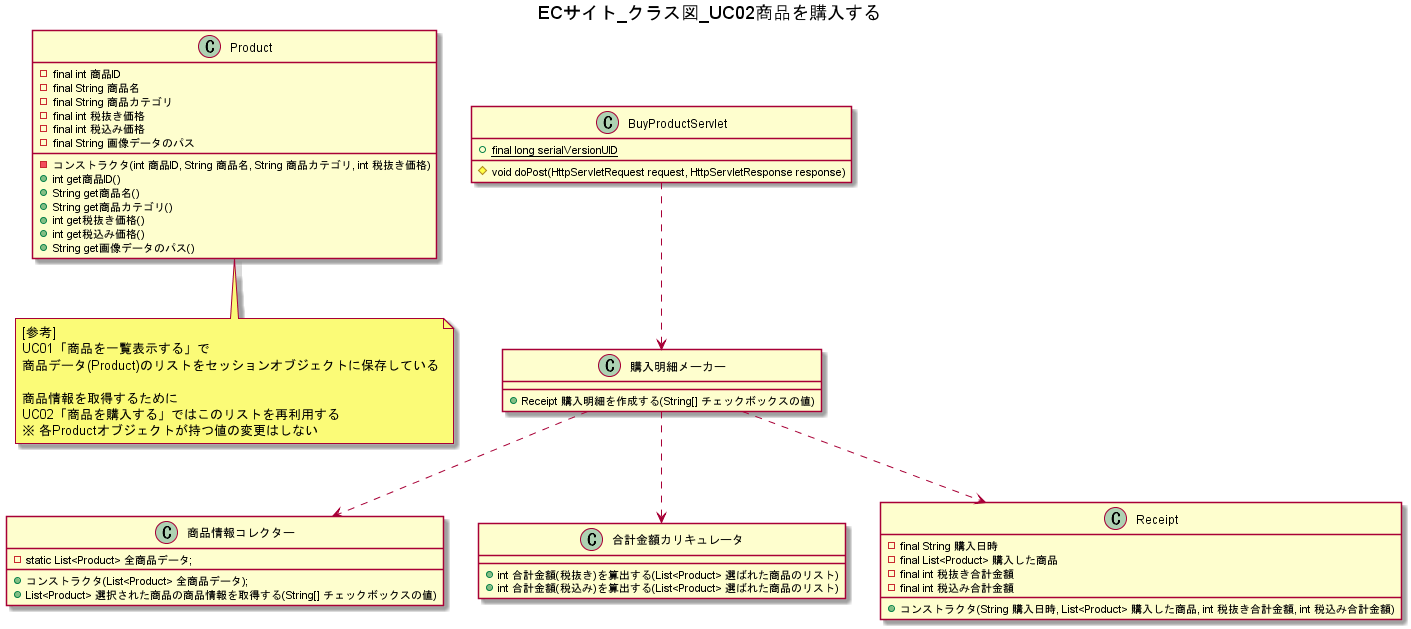
Before: UML/ECサイト_クラス図_UC02商品を購入する.png, a diagram exported from PlantUML (wnakayama/ojt_ecsite).
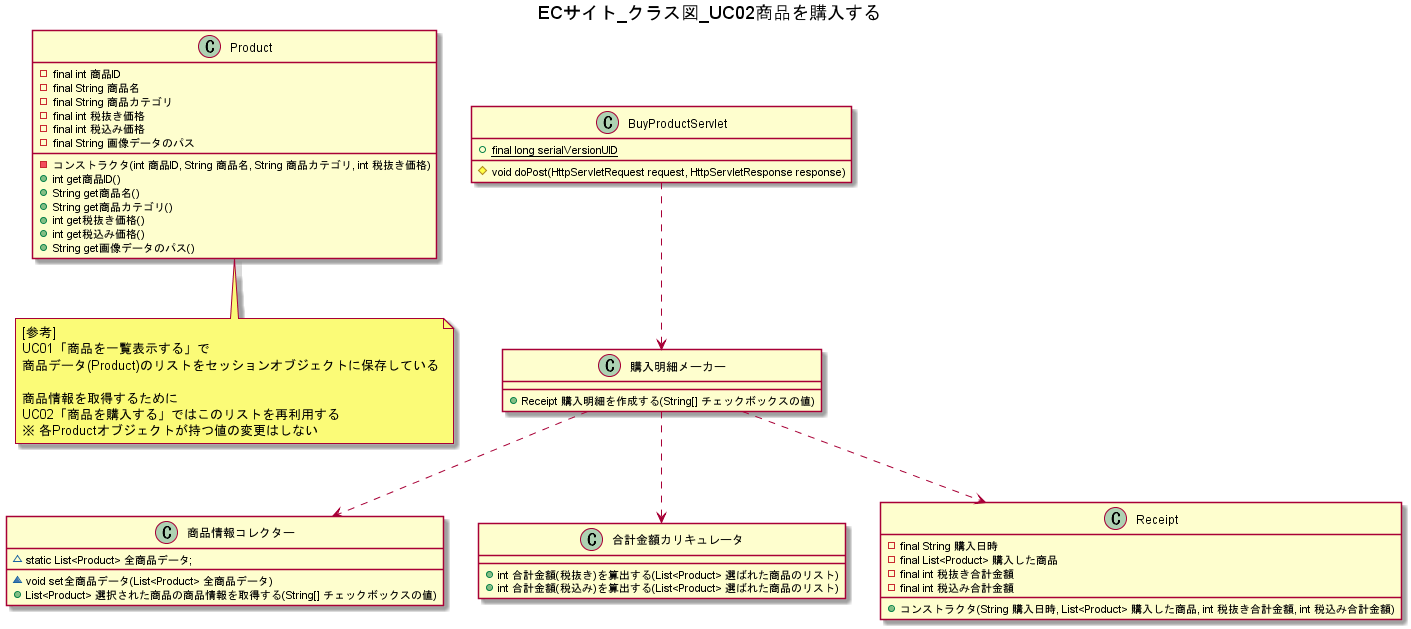
Above is the later version.

Commit message:
staticフィールド(全商品データ)の初期化方法を変更

The edit, as a diff of the source:
```diff
@@ -40,8 +40,8 @@
 
 購入明細メーカー ..> 商品情報コレクター
 class 商品情報コレクター {
-    -static List<Product> 全商品データ;
-    +コンストラクタ(List<Product> 全商品データ);
+    ~static List<Product> 全商品データ;
+    ~void set全商品データ(List<Product> 全商品データ)
     +List<Product> 選択された商品の商品情報を取得する(String[] チェックボックスの値)
 }
 
```
